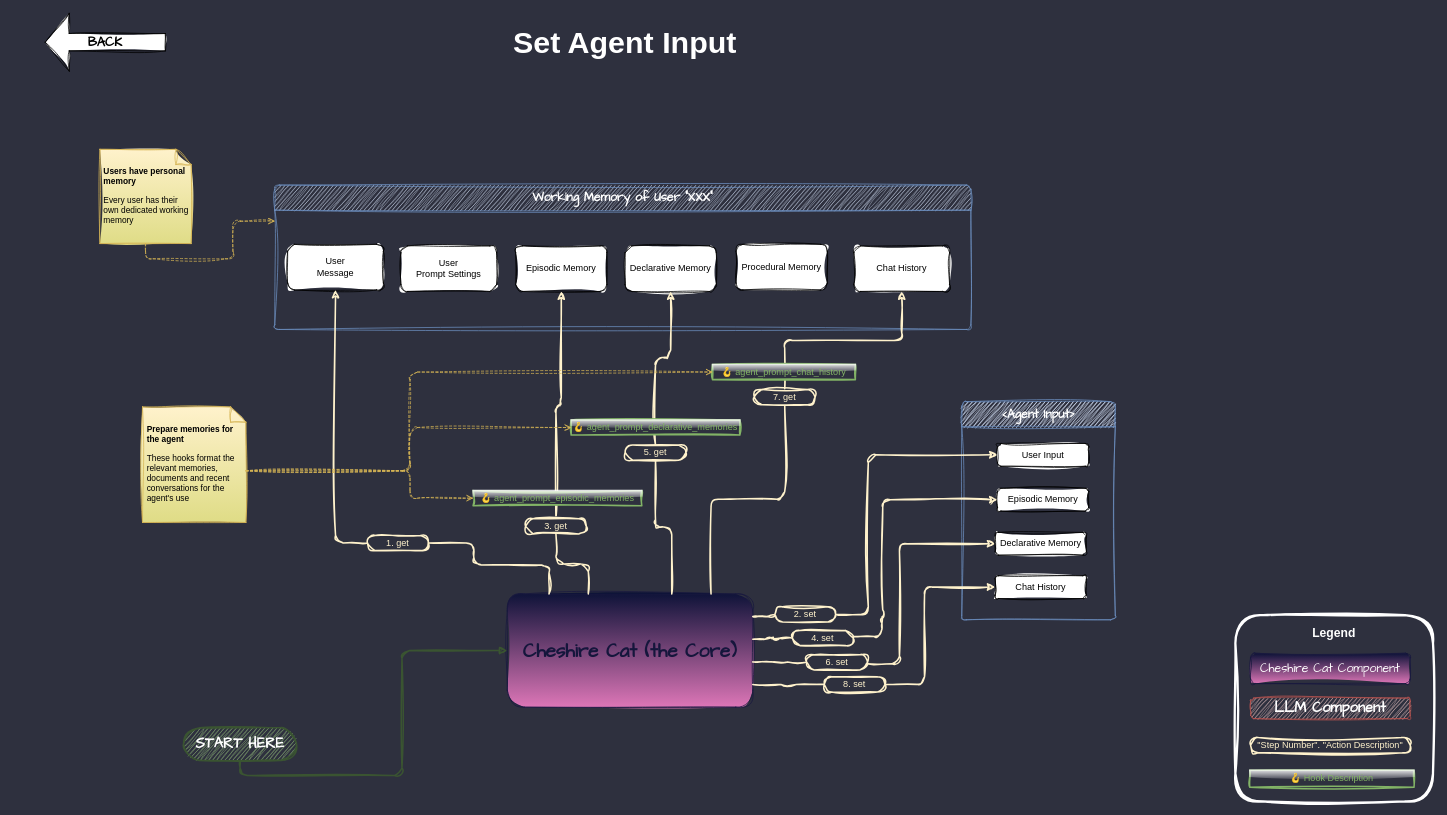
The draw.io diagram page "set-agent-input" (5 of 7) of drawio-diagrams/chatting-with-the-cat.drawio in cheshire-cat-ai/docs, before the edit. Source tidied: cells renumbered, new cells numbered last; positions are measured from the earlier drawing's top-left corner, leaving out a move shared by most shapes. Both pictures are drawn from the tidied source at 76%, with x=0, y=0 at pixel (45, 13).
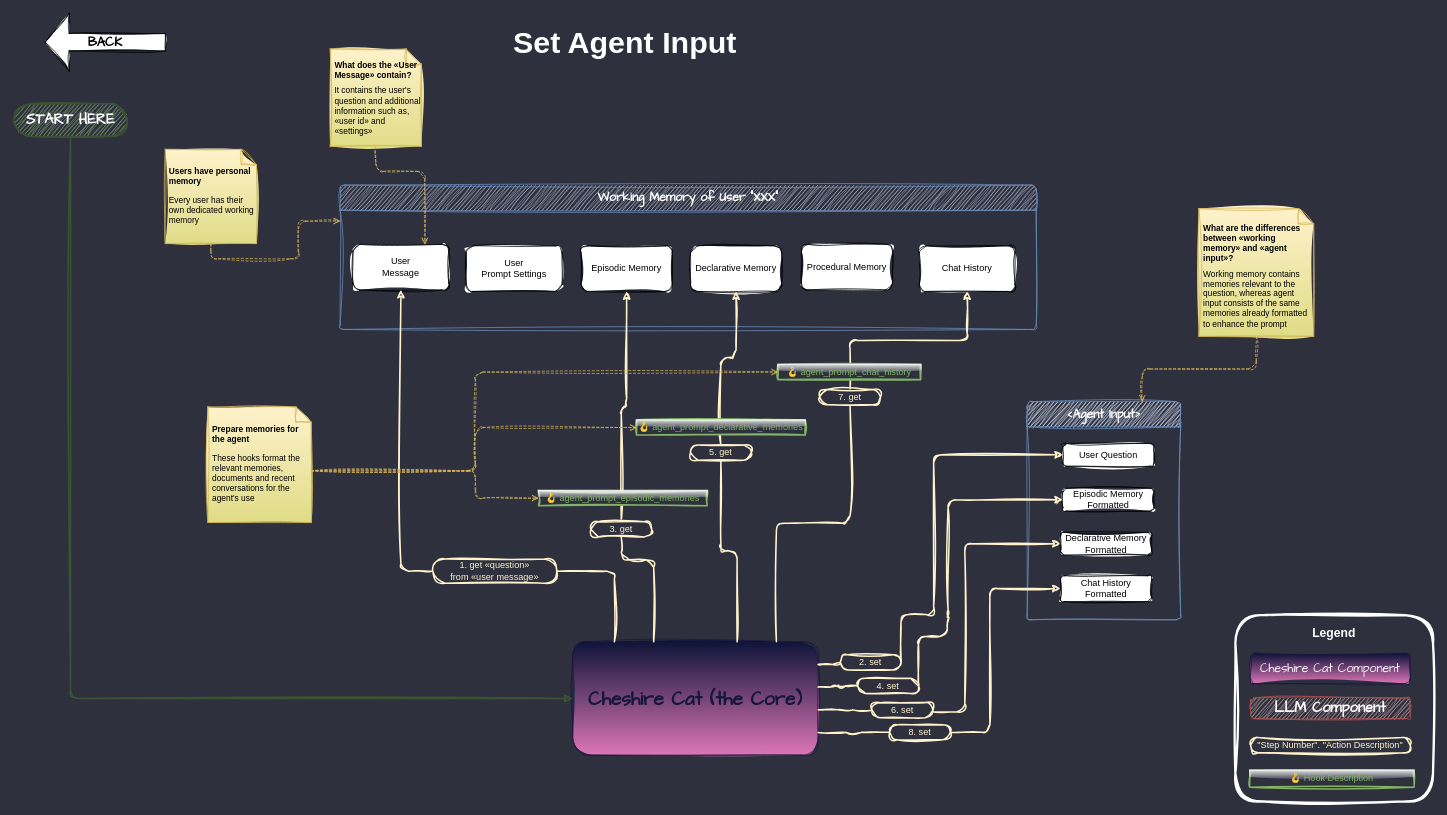
Above is the later version.

Commit message (it also covers changes not shown here):
Review "user prompt/message", plugin lifecycle

The change refers to these unchanged cells:
```xml
<mxCell id="12" value="User &lt;br&gt;Message" style="rounded=1;whiteSpace=wrap;html=1;sketch=1;curveFitting=1;jiggle=2;" parent="10" vertex="1">
  <mxGeometry x="17" y="78" width="126" height="60" as="geometry" />
</mxCell>
<mxCell id="14" value="Declarative Memory" style="rounded=1;whiteSpace=wrap;html=1;sketch=1;curveFitting=1;jiggle=2;" parent="10" vertex="1">
  <mxGeometry x="461" y="80" width="120" height="60" as="geometry" />
</mxCell>
```

What changed in the source:
```diff
@@
     <mxCell id="2" value="Cheshire Cat (the Core)" style="shape=label;whiteSpace=wrap;html=1;backgroundOutline=1;rounded=1;points=[[0,0.25,0,0,0],[0,0.5,0,0,0],[0,0.75,0,0,0],[0,1,0,0,0],[0.17,0,0,0,0],[0.25,1,0,0,0],[0.33,0,0,0,0],[0.5,0,0,0,0],[0.5,1,0,0,0],[0.67,0,0,0,0],[0.75,1,0,0,0],[0.83,0,0,0,0],[1,0.2,0,0,0],[1,0.4,0,0,0],[1,0.6,0,0,0],[1,0.8,0,0,0]];sketch=1;curveFitting=1;jiggle=2;align=center;fontSize=25;fontFamily=Architects Daughter;fillColor=#0c1237;strokeColor=#19183f;fontColor=#15163c;strokeWidth=1;fillStyle=solid;gradientColor=#df77b8;gradientDirection=south;glass=0;shadow=0;fontStyle=1;" parent="1" vertex="1">
-      <mxGeometry x="608" y="764" width="323" height="149" as="geometry" />
+      <mxGeometry x="694" y="827" width="323" height="149" as="geometry" />
     </mxCell>
     <mxCell id="3" value="‹Agent Input›" style="swimlane;whiteSpace=wrap;html=1;startSize=33;fillColor=#dae8fc;strokeColor=#6c8ebf;fontColor=#ffffff;rounded=1;sketch=1;curveFitting=1;jiggle=2;swimlaneFillColor=none;fillStyle=zigzag;fontSize=16;labelBackgroundColor=none;fontFamily=Architects Daughter;arcSize=6;" parent="1" vertex="1">
-      <mxGeometry x="1206" y="511" width="202" height="287" as="geometry" />
+      <mxGeometry x="1292" y="511" width="202" height="287" as="geometry" />
     </mxCell>
-    <mxCell id="4" value="Declarative Memory" style="rounded=1;whiteSpace=wrap;html=1;sketch=1;curveFitting=1;jiggle=2;" parent="3" vertex="1">
+    <mxCell id="4" value="Declarative Memory&lt;br&gt;Formatted" style="rounded=1;whiteSpace=wrap;html=1;sketch=1;curveFitting=1;jiggle=2;" parent="3" vertex="1">
       <mxGeometry x="44" y="172" width="120" height="30" as="geometry" />
     </mxCell>
-    <mxCell id="5" value="Chat History" style="rounded=1;whiteSpace=wrap;html=1;sketch=1;curveFitting=1;jiggle=2;" parent="3" vertex="1">
-      <mxGeometry x="44" y="229" width="120" height="30" as="geometry" />
+    <mxCell id="5" value="Chat History&lt;br&gt;Formatted" style="rounded=1;whiteSpace=wrap;html=1;sketch=1;curveFitting=1;jiggle=2;" parent="3" vertex="1">
+      <mxGeometry x="44" y="229" width="120" height="34" as="geometry" />
     </mxCell>
-    <mxCell id="6" value="User Input" style="rounded=1;whiteSpace=wrap;html=1;sketch=1;curveFitting=1;jiggle=2;" parent="3" vertex="1">
+    <mxCell id="6" value="User Question" style="rounded=1;whiteSpace=wrap;html=1;sketch=1;curveFitting=1;jiggle=2;" parent="3" vertex="1">
       <mxGeometry x="47" y="55" width="120" height="30" as="geometry" />
     </mxCell>
-    <mxCell id="7" value="Episodic Memory" style="rounded=1;whiteSpace=wrap;html=1;sketch=1;curveFitting=1;jiggle=2;" parent="3" vertex="1">
+    <mxCell id="7" value="Episodic Memory&lt;br&gt;Formatted" style="rounded=1;whiteSpace=wrap;html=1;sketch=1;curveFitting=1;jiggle=2;" parent="3" vertex="1">
       <mxGeometry x="47" y="114" width="120" height="30" as="geometry" />
     </mxCell>
@@
     <mxCell id="10" value="Working Memory of User &quot;XXX&quot;" style="swimlane;whiteSpace=wrap;html=1;rounded=1;sketch=1;curveFitting=1;jiggle=2;fillColor=#dae8fc;strokeColor=#6c8ebf;fontColor=#ffffff;swimlaneFillColor=none;fontSize=16;arcSize=6;startSize=33;fontFamily=Architects Daughter;" parent="1" vertex="1">
-      <mxGeometry x="302" y="226" width="916" height="190" as="geometry" />
+      <mxGeometry x="388" y="226" width="916" height="190" as="geometry" />
     </mxCell>
@@
     <mxCell id="17" value="&lt;h1 style=&quot;text-align: left; border-color: var(--border-color); font-size: 11px;&quot;&gt;Users have personal memory&lt;/h1&gt;&lt;p style=&quot;border-color: var(--border-color); text-align: left; font-size: 11px;&quot;&gt;Every user has their own dedicated working memory&lt;br&gt;&lt;/p&gt;" style="shape=note;size=20;whiteSpace=wrap;html=1;fontFamily=Helvetica;fontSize=11;fillColor=#fff2cc;gradientColor=#dfdc86;strokeColor=#d6b656;spacingTop=2;spacingLeft=4;spacing=2;fontColor=default;rounded=1;sketch=1;curveFitting=1;jiggle=2;" parent="1" vertex="1">
-      <mxGeometry x="72" y="179" width="120" height="124" as="geometry" />
+      <mxGeometry x="158" y="179" width="120" height="124" as="geometry" />
     </mxCell>
@@
     <mxCell id="21" style="edgeStyle=orthogonalEdgeStyle;shape=connector;rounded=1;sketch=1;jiggle=2;curveFitting=1;jettySize=auto;html=1;exitX=1;exitY=0.5;exitDx=0;exitDy=0;entryX=0;entryY=0.5;entryDx=0;entryDy=0;labelBackgroundColor=default;strokeColor=#fff2cc;strokeWidth=2;fontFamily=Helvetica;fontSize=11;fontColor=default;endArrow=classic;endFill=1;endSize=6;fillColor=#f5f5f5;" parent="1" edge="1" source="36" target="6">
       <mxGeometry relative="1" as="geometry">
         <Array as="points">
-          <mxPoint x="1083" y="791" />
-          <mxPoint x="1083" y="581" />
+          <mxPoint x="1169" y="791" />
+          <mxPoint x="1169" y="581" />
         </Array>
       </mxGeometry>
     </mxCell>
     <mxCell id="22" style="edgeStyle=orthogonalEdgeStyle;shape=connector;rounded=1;sketch=1;jiggle=2;curveFitting=1;jettySize=auto;html=1;exitX=1;exitY=0.4;exitDx=0;exitDy=0;exitPerimeter=0;entryX=0;entryY=0.5;entryDx=0;entryDy=0;labelBackgroundColor=default;strokeColor=#fff2cc;strokeWidth=2;fontFamily=Helvetica;fontSize=11;fontColor=default;endArrow=classic;endFill=1;endSize=6;fillColor=#f5f5f5;" parent="1" edge="1" source="38" target="7">
       <mxGeometry relative="1" as="geometry">
         <Array as="points">
-          <mxPoint x="1101" y="820" />
-          <mxPoint x="1101" y="795" />
-          <mxPoint x="1102" y="795" />
-          <mxPoint x="1102" y="640" />
+          <mxPoint x="1187" y="820" />
+          <mxPoint x="1187" y="795" />
+          <mxPoint x="1188" y="795" />
+          <mxPoint x="1188" y="640" />
         </Array>
       </mxGeometry>
     </mxCell>
     <mxCell id="23" style="edgeStyle=orthogonalEdgeStyle;shape=connector;rounded=1;sketch=1;jiggle=2;curveFitting=1;jettySize=auto;html=1;exitX=0.5;exitY=0;exitDx=0;exitDy=0;labelBackgroundColor=default;strokeColor=#fff2cc;strokeWidth=2;fontFamily=Helvetica;fontSize=11;fontColor=default;endArrow=classic;endFill=1;endSize=6;fillColor=#f5f5f5;entryX=0.5;entryY=1;entryDx=0;entryDy=0;" parent="1" edge="1" source="32" target="14">
       <mxGeometry relative="1" as="geometry">
         <Array as="points">
-          <mxPoint x="803" y="453" />
-          <mxPoint x="823" y="453" />
+          <mxPoint x="889" y="453" />
+          <mxPoint x="909" y="453" />
         </Array>
       </mxGeometry>
     </mxCell>
@@
     <mxCell id="25" style="edgeStyle=orthogonalEdgeStyle;shape=connector;rounded=1;sketch=1;jiggle=2;curveFitting=1;jettySize=auto;html=1;exitX=1;exitY=0.6;exitDx=0;exitDy=0;exitPerimeter=0;entryX=0;entryY=0.5;entryDx=0;entryDy=0;labelBackgroundColor=default;strokeColor=#fff2cc;strokeWidth=2;fontFamily=Helvetica;fontSize=11;fontColor=default;endArrow=classic;endFill=1;endSize=6;fillColor=#f5f5f5;" parent="1" edge="1" source="40" target="4">
       <mxGeometry relative="1" as="geometry">
         <Array as="points">
-          <mxPoint x="1124" y="698" />
+          <mxPoint x="1210" y="698" />
         </Array>
       </mxGeometry>
     </mxCell>
     <mxCell id="26" style="edgeStyle=orthogonalEdgeStyle;shape=connector;rounded=1;sketch=1;jiggle=2;curveFitting=1;jettySize=auto;html=1;exitX=1;exitY=0.5;exitDx=0;exitDy=0;entryX=0;entryY=0.5;entryDx=0;entryDy=0;labelBackgroundColor=default;strokeColor=#fff2cc;strokeWidth=2;fontFamily=Helvetica;fontSize=11;fontColor=default;endArrow=classic;endFill=1;endSize=6;fillColor=#f5f5f5;" parent="1" edge="1" source="42" target="5">
       <mxGeometry relative="1" as="geometry">
         <Array as="points">
-          <mxPoint x="1157" y="883" />
-          <mxPoint x="1157" y="755" />
+          <mxPoint x="1243" y="946" />
+          <mxPoint x="1243" y="757" />
         </Array>
       </mxGeometry>
     </mxCell>
     <mxCell id="27" style="edgeStyle=orthogonalEdgeStyle;shape=connector;rounded=1;sketch=1;jiggle=2;curveFitting=1;jettySize=auto;html=1;exitX=0.17;exitY=0;exitDx=0;exitDy=0;exitPerimeter=0;entryX=1;entryY=0.5;entryDx=0;entryDy=0;labelBackgroundColor=default;strokeColor=#fff2cc;strokeWidth=2;fontFamily=Helvetica;fontSize=11;fontColor=default;endArrow=none;endFill=0;endSize=6;fillColor=#f5f5f5;" parent="1" edge="1" source="2" target="28">
-      <mxGeometry relative="1" as="geometry">
-        <Array as="points">
-          <mxPoint x="663" y="726" />
-          <mxPoint x="564" y="726" />
-          <mxPoint x="564" y="697" />
-        </Array>
-      </mxGeometry>
+      <mxGeometry relative="1" as="geometry" />
     </mxCell>
-    <mxCell id="28" value="1. get" style="rounded=1;whiteSpace=wrap;html=1;arcSize=50;fillColor=#2e303e;strokeColor=#fff2cc;sketch=1;curveFitting=1;jiggle=2;fontColor=#fff2cc;fillStyle=solid;shadow=0;glass=0;strokeWidth=2;labelBackgroundColor=none;" parent="1" vertex="1">
-      <mxGeometry x="424" y="687" width="80" height="20" as="geometry" />
+    <mxCell id="28" value="1. get «question» &lt;br&gt;from «user message»" style="rounded=1;whiteSpace=wrap;html=1;arcSize=50;fillColor=#2e303e;strokeColor=#fff2cc;sketch=1;curveFitting=1;jiggle=2;fontColor=#fff2cc;fillStyle=solid;shadow=0;glass=0;strokeWidth=2;labelBackgroundColor=none;" parent="1" vertex="1">
+      <mxGeometry x="510" y="718" width="163" height="32" as="geometry" />
     </mxCell>
     <mxCell id="29" style="edgeStyle=orthogonalEdgeStyle;shape=connector;rounded=1;sketch=1;jiggle=2;curveFitting=1;jettySize=auto;html=1;exitX=0.33;exitY=0;exitDx=0;exitDy=0;exitPerimeter=0;labelBackgroundColor=default;strokeColor=#fff2cc;strokeWidth=2;fontFamily=Helvetica;fontSize=11;fontColor=default;endArrow=none;endFill=0;endSize=6;fillColor=#f5f5f5;entryX=0.5;entryY=1;entryDx=0;entryDy=0;" parent="1" edge="1" source="2" target="30">
-      <mxGeometry relative="1" as="geometry" />
+      <mxGeometry relative="1" as="geometry">
+        <Array as="points">
+          <mxPoint x="801" y="719" />
+          <mxPoint x="758" y="719" />
+        </Array>
+      </mxGeometry>
     </mxCell>
     <mxCell id="30" value="3. get" style="rounded=1;whiteSpace=wrap;html=1;arcSize=50;fillColor=#2e303e;strokeColor=#fff2cc;sketch=1;curveFitting=1;jiggle=2;fontColor=#fff2cc;fillStyle=solid;shadow=0;glass=0;strokeWidth=2;labelBackgroundColor=none;" parent="1" vertex="1">
-      <mxGeometry x="632" y="665" width="80" height="20" as="geometry" />
+      <mxGeometry x="718" y="669" width="80" height="20" as="geometry" />
     </mxCell>
@@
     <mxCell id="32" value="5. get" style="rounded=1;whiteSpace=wrap;html=1;arcSize=50;fillColor=#2e303e;strokeColor=#fff2cc;sketch=1;curveFitting=1;jiggle=2;fontColor=#fff2cc;fillStyle=solid;shadow=0;glass=0;strokeWidth=2;labelBackgroundColor=none;" parent="1" vertex="1">
-      <mxGeometry x="763" y="568" width="80" height="20" as="geometry" />
+      <mxGeometry x="849" y="568" width="80" height="20" as="geometry" />
     </mxCell>
@@
     <mxCell id="34" value="7. get" style="rounded=1;whiteSpace=wrap;html=1;arcSize=50;fillColor=#2e303e;strokeColor=#fff2cc;sketch=1;curveFitting=1;jiggle=2;fontColor=#fff2cc;fillStyle=solid;shadow=0;glass=0;strokeWidth=2;labelBackgroundColor=none;" parent="1" vertex="1">
-      <mxGeometry x="933" y="495" width="80" height="20" as="geometry" />
+      <mxGeometry x="1019" y="495" width="80" height="20" as="geometry" />
     </mxCell>
@@
     <mxCell id="36" value="2. set" style="rounded=1;whiteSpace=wrap;html=1;arcSize=50;fillColor=#2e303e;strokeColor=#fff2cc;sketch=1;curveFitting=1;jiggle=2;fontColor=#fff2cc;fillStyle=solid;shadow=0;glass=0;strokeWidth=2;labelBackgroundColor=none;" parent="1" vertex="1">
-      <mxGeometry x="960" y="781" width="80" height="20" as="geometry" />
+      <mxGeometry x="1046" y="844" width="80" height="20" as="geometry" />
     </mxCell>
@@
     <mxCell id="38" value="4. set" style="rounded=1;whiteSpace=wrap;html=1;arcSize=50;fillColor=#2e303e;strokeColor=#fff2cc;sketch=1;curveFitting=1;jiggle=2;fontColor=#fff2cc;fillStyle=solid;shadow=0;glass=0;strokeWidth=2;labelBackgroundColor=none;" parent="1" vertex="1">
-      <mxGeometry x="983" y="812" width="80" height="20" as="geometry" />
+      <mxGeometry x="1069" y="875" width="80" height="20" as="geometry" />
     </mxCell>
@@
     <mxCell id="40" value="6. set" style="rounded=1;whiteSpace=wrap;html=1;arcSize=50;fillColor=#2e303e;strokeColor=#fff2cc;sketch=1;curveFitting=1;jiggle=2;fontColor=#fff2cc;fillStyle=solid;shadow=0;glass=0;strokeWidth=2;labelBackgroundColor=none;" parent="1" vertex="1">
-      <mxGeometry x="1002" y="844" width="80" height="20" as="geometry" />
+      <mxGeometry x="1088" y="907" width="80" height="20" as="geometry" />
     </mxCell>
@@
     <mxCell id="42" value="8. set" style="rounded=1;whiteSpace=wrap;html=1;arcSize=50;fillColor=#2e303e;strokeColor=#fff2cc;sketch=1;curveFitting=1;jiggle=2;fontColor=#fff2cc;fillStyle=solid;shadow=0;glass=0;strokeWidth=2;labelBackgroundColor=none;" parent="1" vertex="1">
-      <mxGeometry x="1025" y="873" width="80" height="20" as="geometry" />
+      <mxGeometry x="1111" y="936" width="80" height="20" as="geometry" />
     </mxCell>
@@
+    <mxCell id="60" value="&lt;h1 style=&quot;border-color: var(--border-color); font-size: 11px;&quot;&gt;What does the «User Message» contain?&lt;/h1&gt;&lt;h1 style=&quot;border-color: var(--border-color); font-size: 11px;&quot;&gt;&lt;div style=&quot;border-color: var(--border-color); font-weight: 400;&quot;&gt;It contains the user's question and additional information such as, «user id» and «settings»&lt;/div&gt;&lt;/h1&gt;" style="shape=note;size=20;whiteSpace=wrap;html=1;fontFamily=Helvetica;fontSize=11;fillColor=#fff2cc;gradientColor=#dfdc86;strokeColor=#d6b656;spacingTop=2;spacingLeft=4;spacing=2;fontColor=default;rounded=1;sketch=1;curveFitting=1;jiggle=2;align=left;" parent="1" vertex="1">
+      <mxGeometry x="375" y="47" width="120" height="128" as="geometry" />
+    </mxCell>
+    <mxCell id="61" style="edgeStyle=orthogonalEdgeStyle;shape=connector;rounded=1;jettySize=auto;html=1;labelBackgroundColor=default;strokeColor=#d6b655;strokeWidth=1;fontFamily=Helvetica;fontSize=11;fontColor=default;endArrow=open;endFill=0;dashed=1;exitX=0.5;exitY=1;exitDx=0;exitDy=0;exitPerimeter=0;entryX=0.75;entryY=0;entryDx=0;entryDy=0;sketch=1;curveFitting=1;jiggle=2;" parent="1" edge="1" source="60" target="12">
+      <mxGeometry relative="1" as="geometry">
+        <Array as="points">
+          <mxPoint x="435" y="208" />
+          <mxPoint x="500" y="208" />
+        </Array>
+      </mxGeometry>
+    </mxCell>
+    <mxCell id="62" style="edgeStyle=orthogonalEdgeStyle;shape=connector;rounded=1;jettySize=auto;html=1;labelBackgroundColor=default;strokeColor=#d6b655;strokeWidth=1;fontFamily=Helvetica;fontSize=11;fontColor=default;endArrow=open;endFill=0;dashed=1;exitX=0.5;exitY=1;exitDx=0;exitDy=0;exitPerimeter=0;entryX=0.75;entryY=0;entryDx=0;entryDy=0;sketch=1;curveFitting=1;jiggle=2;" parent="1" edge="1" source="63" target="3">
+      <mxGeometry relative="1" as="geometry" />
+    </mxCell>
@@
     <mxCell id="51" value="🪝&amp;nbsp;agent_prompt_episodic_memories" style="shape=label;whiteSpace=wrap;html=1;backgroundOutline=1;rounded=0;fillColor=#2e303e;strokeColor=#82b366;arcSize=50;fillStyle=solid;shadow=0;glass=1;strokeWidth=2;labelBackgroundColor=none;fontColor=#82b365;sketch=1;curveFitting=1;jiggle=2;" parent="50" vertex="1">
-      <mxGeometry x="563" y="628" width="222" height="20" as="geometry" />
+      <mxGeometry x="649" y="628" width="222" height="20" as="geometry" />
     </mxCell>
     <mxCell id="52" value="🪝&amp;nbsp;agent_prompt_declarative_memories" style="shape=label;whiteSpace=wrap;html=1;backgroundOutline=1;rounded=0;fillColor=#2e303e;strokeColor=#82b366;arcSize=50;fillStyle=solid;shadow=0;glass=1;strokeWidth=2;labelBackgroundColor=none;fontColor=#82b365;sketch=1;curveFitting=1;jiggle=2;" parent="50" vertex="1">
-      <mxGeometry x="692" y="535" width="222" height="20" as="geometry" />
+      <mxGeometry x="778" y="535" width="222" height="20" as="geometry" />
     </mxCell>
     <mxCell id="53" value="🪝&amp;nbsp;agent_prompt_chat_history" style="shape=label;whiteSpace=wrap;html=1;backgroundOutline=1;rounded=0;fillColor=#2e303e;strokeColor=#82b366;arcSize=50;fillStyle=solid;shadow=0;glass=1;strokeWidth=2;labelBackgroundColor=none;fontColor=#82b365;sketch=1;curveFitting=1;jiggle=2;" parent="50" vertex="1">
-      <mxGeometry x="878" y="462" width="188" height="20" as="geometry" />
+      <mxGeometry x="964" y="462" width="188" height="20" as="geometry" />
     </mxCell>
     <mxCell id="54" style="edgeStyle=orthogonalEdgeStyle;shape=connector;rounded=1;jettySize=auto;html=1;labelBackgroundColor=default;strokeColor=#d6b655;strokeWidth=1;fontFamily=Helvetica;fontSize=11;fontColor=default;endArrow=open;endFill=0;dashed=1;sketch=1;curveFitting=1;jiggle=2;entryX=0;entryY=0.5;entryDx=0;entryDy=0;" parent="50" edge="1" source="55" target="51">
       <mxGeometry relative="1" as="geometry">
         <Array as="points">
-          <mxPoint x="480" y="602" />
-          <mxPoint x="480" y="638" />
+          <mxPoint x="566" y="602" />
+          <mxPoint x="566" y="638" />
         </Array>
       </mxGeometry>
     </mxCell>
     <mxCell id="55" value="&lt;h1 style=&quot;border-color: var(--border-color); font-size: 11px;&quot;&gt;Prepare memories for the agent&lt;br&gt;&lt;/h1&gt;&lt;p style=&quot;border-color: var(--border-color); font-size: 11px;&quot;&gt;These hooks format the relevant memories, documents and recent conversations for the agent's use&amp;nbsp;&lt;/p&gt;" style="shape=note;size=20;whiteSpace=wrap;html=1;fontFamily=Helvetica;fontSize=11;fillColor=#fff2cc;gradientColor=#dfdc86;strokeColor=#d6b656;spacingTop=2;spacingLeft=4;spacing=2;fontColor=default;rounded=1;sketch=1;curveFitting=1;jiggle=2;align=left;" parent="50" vertex="1">
-      <mxGeometry x="128" y="518" width="136" height="152" as="geometry" />
+      <mxGeometry x="214" y="518" width="136" height="152" as="geometry" />
     </mxCell>
     <mxCell id="56" style="edgeStyle=orthogonalEdgeStyle;shape=connector;rounded=1;jettySize=auto;html=1;labelBackgroundColor=default;strokeColor=#d6b655;strokeWidth=1;fontFamily=Helvetica;fontSize=11;fontColor=default;endArrow=open;endFill=0;dashed=1;sketch=1;curveFitting=1;jiggle=2;entryX=0;entryY=0.5;entryDx=0;entryDy=0;" parent="50" edge="1" source="55" target="52">
       <mxGeometry relative="1" as="geometry">
         <Array as="points">
-          <mxPoint x="480" y="602" />
-          <mxPoint x="480" y="545" />
+          <mxPoint x="566" y="602" />
+          <mxPoint x="566" y="545" />
         </Array>
       </mxGeometry>
     </mxCell>
     <mxCell id="57" style="edgeStyle=orthogonalEdgeStyle;shape=connector;rounded=1;jettySize=auto;html=1;labelBackgroundColor=default;strokeColor=#d6b655;strokeWidth=1;fontFamily=Helvetica;fontSize=11;fontColor=default;endArrow=open;endFill=0;dashed=1;sketch=1;curveFitting=1;jiggle=2;entryX=0;entryY=0.5;entryDx=0;entryDy=0;" parent="50" edge="1" source="55" target="53">
       <mxGeometry relative="1" as="geometry">
         <Array as="points">
-          <mxPoint x="480" y="602" />
-          <mxPoint x="480" y="472" />
+          <mxPoint x="566" y="602" />
+          <mxPoint x="566" y="472" />
         </Array>
       </mxGeometry>
     </mxCell>
@@
     <mxCell id="59" value="START HERE" style="html=1;dashed=0;whiteSpace=wrap;shape=mxgraph.dfd.start;fontStyle=1;fontSize=19;fillColor=#6d8764;strokeColor=#3A5431;fontFamily=Architects Daughter;fontColor=#ffffff;rounded=1;sketch=1;curveFitting=1;jiggle=2;strokeWidth=2;hachureGap=4;" parent="50" vertex="1">
-      <mxGeometry x="182" y="940" width="148.7" height="43" as="geometry" />
+      <mxGeometry x="-41" y="119" width="148.7" height="43" as="geometry" />
     </mxCell>
+    <mxCell id="63" value="&lt;h1 style=&quot;border-color: var(--border-color); font-size: 11px;&quot;&gt;What are the differences between «working memory» and «agent input»?&lt;/h1&gt;&lt;div&gt;Working memory contains memories relevant to the question, whereas agent input consists of the same memories already formatted to enhance the prompt&lt;br&gt;&lt;/div&gt;" style="shape=note;size=20;whiteSpace=wrap;html=1;fontFamily=Helvetica;fontSize=11;fillColor=#fff2cc;gradientColor=#dfdc86;strokeColor=#d6b656;spacingTop=2;spacingLeft=4;spacing=2;fontColor=default;rounded=1;sketch=1;curveFitting=1;jiggle=2;align=left;" parent="50" vertex="1">
+      <mxGeometry x="1518" y="257" width="151" height="168" as="geometry" />
+    </mxCell>
```
